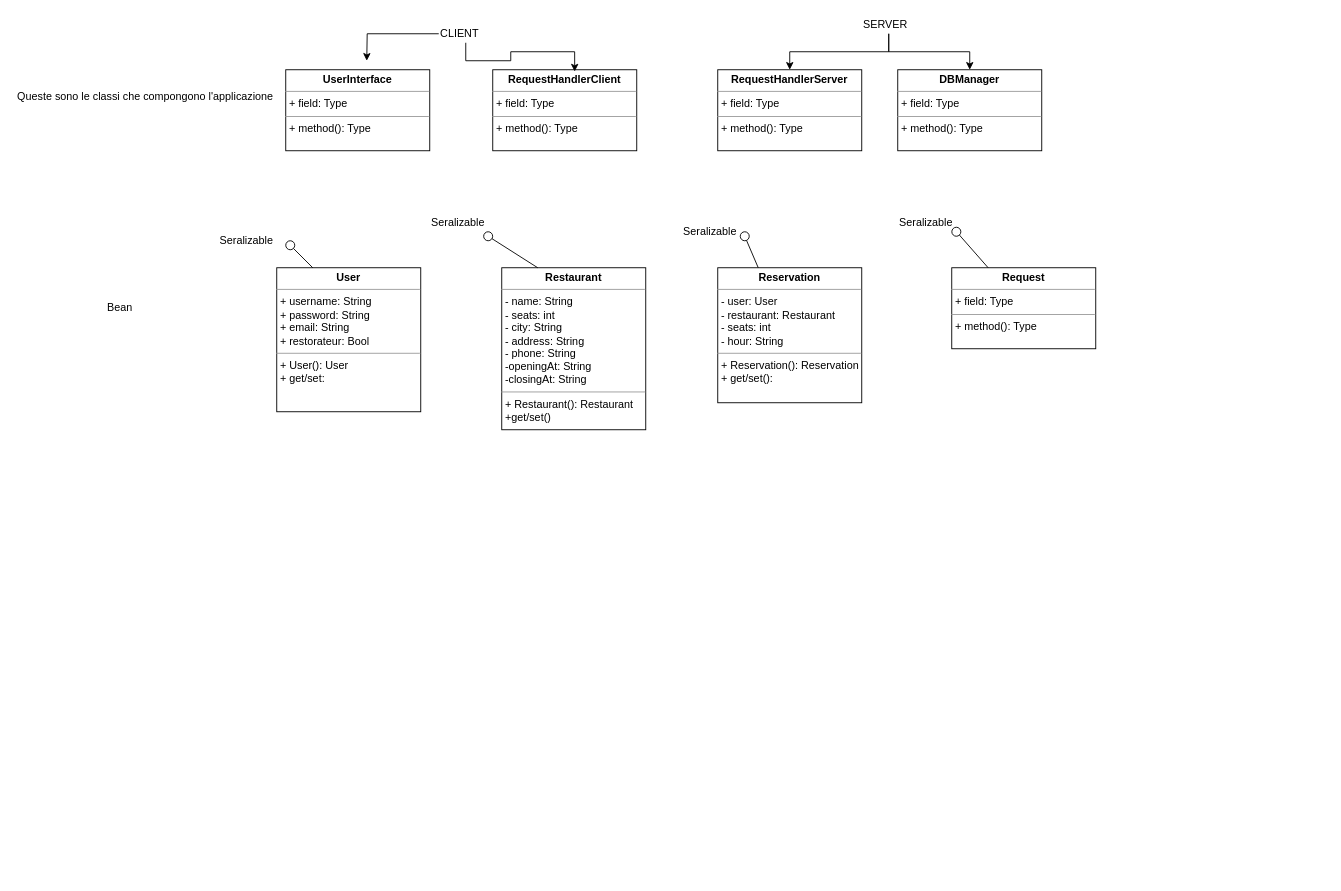
Earlier version of the draw.io diagram schemes/CLASS_DIAGRAM.drawio (SpeedJack/lsmsd0). Source tidied: cells renumbered, new cells numbered last; positions are measured from the earlier drawing's top-left corner, leaving out a move shared by most shapes. Both pictures are drawn from the tidied source at 90%, with x=0, y=0 at pixel (15, 15).
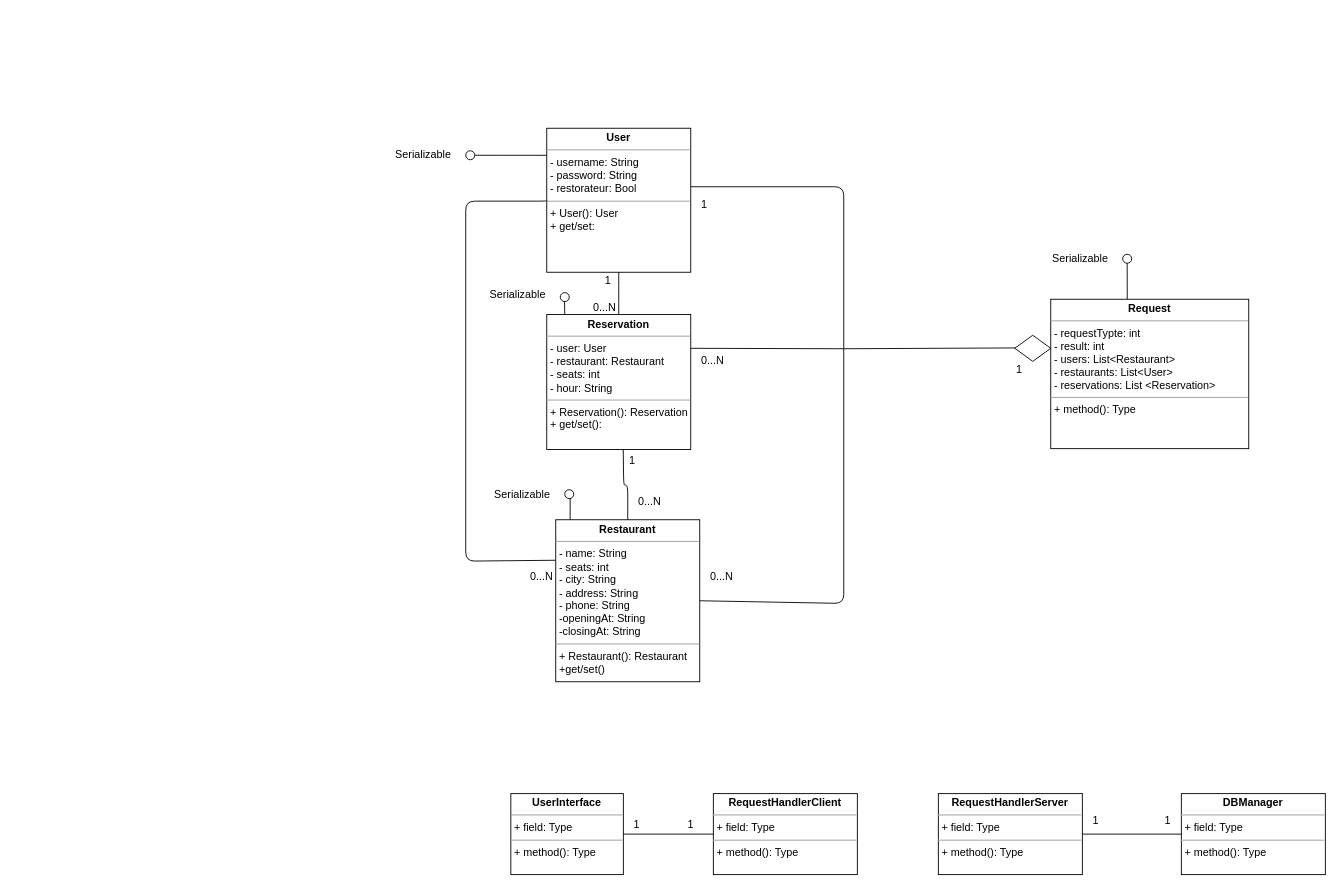
The same diagram, later.

Commit message (it also covers changes not shown here):
modificato CLASS_DIAGRAM, AGGIUNTO SYSTEM_ARCHITECTURE

The edit, as a diff of the source:
```diff
@@
     <mxCell id="2" value="&lt;p style=&quot;margin: 0px ; margin-top: 4px ; text-align: center&quot;&gt;&lt;b&gt;UserInterface&lt;/b&gt;&lt;/p&gt;&lt;hr size=&quot;1&quot;&gt;&lt;p style=&quot;margin: 0px ; margin-left: 4px&quot;&gt;+ field: Type&lt;/p&gt;&lt;hr size=&quot;1&quot;&gt;&lt;p style=&quot;margin: 0px ; margin-left: 4px&quot;&gt;+ method(): Type&lt;/p&gt;" style="verticalAlign=top;align=left;overflow=fill;fontSize=12;fontFamily=Helvetica;html=1;" parent="1" vertex="1">
-      <mxGeometry x="300" y="60" width="160" height="90" as="geometry" />
+      <mxGeometry x="550.1" y="864.3" width="125" height="90" as="geometry" />
     </mxCell>
     <mxCell id="3" value="&lt;p style=&quot;margin: 0px ; margin-top: 4px ; text-align: center&quot;&gt;&lt;b&gt;Reservation&lt;/b&gt;&lt;/p&gt;&lt;hr size=&quot;1&quot;&gt;&lt;p style=&quot;margin: 0px ; margin-left: 4px&quot;&gt;- user: User&lt;br&gt;&lt;/p&gt;&lt;p style=&quot;margin: 0px ; margin-left: 4px&quot;&gt;- restaurant: Restaurant&lt;/p&gt;&lt;p style=&quot;margin: 0px ; margin-left: 4px&quot;&gt;- seats: int&lt;br&gt;&lt;/p&gt;&lt;p style=&quot;margin: 0px ; margin-left: 4px&quot;&gt;- hour: String&lt;br&gt;&lt;/p&gt;&lt;hr size=&quot;1&quot;&gt;&lt;p style=&quot;margin: 0px ; margin-left: 4px&quot;&gt;+ Reservation(): Reservation&lt;/p&gt;&lt;p style=&quot;margin: 0px ; margin-left: 4px&quot;&gt;+ get/set():&lt;br&gt;&lt;/p&gt;" style="verticalAlign=top;align=left;overflow=fill;fontSize=12;fontFamily=Helvetica;html=1;" parent="1" vertex="1">
-      <mxGeometry x="780" y="280" width="160" height="150" as="geometry" />
+      <mxGeometry x="590" y="332" width="160" height="150" as="geometry" />
     </mxCell>
-    <mxCell id="4" value="&lt;p style=&quot;margin: 0px ; margin-top: 4px ; text-align: center&quot;&gt;&lt;b&gt;User&lt;/b&gt;&lt;/p&gt;&lt;hr size=&quot;1&quot;&gt;&lt;p style=&quot;margin: 0px ; margin-left: 4px&quot;&gt;+ username: String&lt;/p&gt;&lt;p style=&quot;margin: 0px ; margin-left: 4px&quot;&gt;+ password: String&lt;/p&gt;&lt;p style=&quot;margin: 0px ; margin-left: 4px&quot;&gt;+ email: String&lt;/p&gt;&lt;p style=&quot;margin: 0px ; margin-left: 4px&quot;&gt;+ restorateur: Bool&lt;br&gt;&lt;/p&gt;&lt;hr size=&quot;1&quot;&gt;&lt;p style=&quot;margin: 0px ; margin-left: 4px&quot;&gt;+ User(): User&lt;/p&gt;&lt;p style=&quot;margin: 0px ; margin-left: 4px&quot;&gt;+ get/set:&lt;/p&gt;" style="verticalAlign=top;align=left;overflow=fill;fontSize=12;fontFamily=Helvetica;html=1;" parent="1" vertex="1">
-      <mxGeometry x="290" y="280" width="160" height="160" as="geometry" />
+    <mxCell id="4" value="&lt;p style=&quot;margin: 0px ; margin-top: 4px ; text-align: center&quot;&gt;&lt;b&gt;User&lt;/b&gt;&lt;/p&gt;&lt;hr size=&quot;1&quot;&gt;&lt;p style=&quot;margin: 0px ; margin-left: 4px&quot;&gt;- username: String&lt;/p&gt;&lt;p style=&quot;margin: 0px ; margin-left: 4px&quot;&gt;- password: String&lt;/p&gt;&lt;p style=&quot;margin: 0px ; margin-left: 4px&quot;&gt;&lt;span&gt;- restorateur: Bool&lt;/span&gt;&lt;br&gt;&lt;/p&gt;&lt;hr size=&quot;1&quot;&gt;&lt;p style=&quot;margin: 0px ; margin-left: 4px&quot;&gt;+ User(): User&lt;/p&gt;&lt;p style=&quot;margin: 0px ; margin-left: 4px&quot;&gt;+ get/set:&lt;/p&gt;" style="verticalAlign=top;align=left;overflow=fill;fontSize=12;fontFamily=Helvetica;html=1;" parent="1" vertex="1">
+      <mxGeometry x="590" y="125" width="160" height="160" as="geometry" />
     </mxCell>
     <mxCell id="5" value="&lt;p style=&quot;margin: 0px ; margin-top: 4px ; text-align: center&quot;&gt;&lt;b&gt;RequestHandlerClient&lt;/b&gt;&lt;br&gt;&lt;/p&gt;&lt;hr size=&quot;1&quot;&gt;&lt;p style=&quot;margin: 0px ; margin-left: 4px&quot;&gt;+ field: Type&lt;/p&gt;&lt;hr size=&quot;1&quot;&gt;&lt;p style=&quot;margin: 0px ; margin-left: 4px&quot;&gt;+ method(): Type&lt;/p&gt;" style="verticalAlign=top;align=left;overflow=fill;fontSize=12;fontFamily=Helvetica;html=1;" parent="1" vertex="1">
-      <mxGeometry x="530" y="60" width="160" height="90" as="geometry" />
+      <mxGeometry x="775.1" y="864.3" width="160" height="90" as="geometry" />
     </mxCell>
     <mxCell id="6" value="&lt;p style=&quot;margin: 0px ; margin-top: 4px ; text-align: center&quot;&gt;&lt;b&gt;RequestHandlerServer&lt;/b&gt;&lt;br&gt;&lt;/p&gt;&lt;hr size=&quot;1&quot;&gt;&lt;p style=&quot;margin: 0px ; margin-left: 4px&quot;&gt;+ field: Type&lt;/p&gt;&lt;hr size=&quot;1&quot;&gt;&lt;p style=&quot;margin: 0px ; margin-left: 4px&quot;&gt;+ method(): Type&lt;/p&gt;" style="verticalAlign=top;align=left;overflow=fill;fontSize=12;fontFamily=Helvetica;html=1;" parent="1" vertex="1">
-      <mxGeometry x="780" y="60" width="160" height="90" as="geometry" />
+      <mxGeometry x="1025.1" y="864.3" width="160" height="90" as="geometry" />
     </mxCell>
     <mxCell id="7" value="&lt;p style=&quot;margin: 0px ; margin-top: 4px ; text-align: center&quot;&gt;&lt;b&gt;DBManager&lt;/b&gt;&lt;br&gt;&lt;/p&gt;&lt;hr size=&quot;1&quot;&gt;&lt;p style=&quot;margin: 0px ; margin-left: 4px&quot;&gt;+ field: Type&lt;/p&gt;&lt;hr size=&quot;1&quot;&gt;&lt;p style=&quot;margin: 0px ; margin-left: 4px&quot;&gt;+ method(): Type&lt;/p&gt;" style="verticalAlign=top;align=left;overflow=fill;fontSize=12;fontFamily=Helvetica;html=1;" parent="1" vertex="1">
-      <mxGeometry x="980" y="60" width="160" height="90" as="geometry" />
+      <mxGeometry x="1295.1" y="864.3" width="160" height="90" as="geometry" />
     </mxCell>
-    <mxCell id="8" value="&lt;p style=&quot;margin: 0px ; margin-top: 4px ; text-align: center&quot;&gt;&lt;b&gt;Request&lt;/b&gt;&lt;/p&gt;&lt;hr size=&quot;1&quot;&gt;&lt;p style=&quot;margin: 0px ; margin-left: 4px&quot;&gt;+ field: Type&lt;/p&gt;&lt;hr size=&quot;1&quot;&gt;&lt;p style=&quot;margin: 0px ; margin-left: 4px&quot;&gt;+ method(): Type&lt;/p&gt;" style="verticalAlign=top;align=left;overflow=fill;fontSize=12;fontFamily=Helvetica;html=1;" parent="1" vertex="1">
-      <mxGeometry x="1040" y="280" width="160" height="90" as="geometry" />
+    <mxCell id="8" value="&lt;p style=&quot;margin: 0px ; margin-top: 4px ; text-align: center&quot;&gt;&lt;b&gt;Request&lt;/b&gt;&lt;/p&gt;&lt;hr size=&quot;1&quot;&gt;&lt;p style=&quot;margin: 0px ; margin-left: 4px&quot;&gt;- requestTypte: int&lt;/p&gt;&lt;p style=&quot;margin: 0px ; margin-left: 4px&quot;&gt;- result: int&amp;nbsp;&lt;/p&gt;&lt;p style=&quot;margin: 0px ; margin-left: 4px&quot;&gt;- users: List&amp;lt;Restaurant&amp;gt;&lt;/p&gt;&lt;p style=&quot;margin: 0px ; margin-left: 4px&quot;&gt;- restaurants: List&amp;lt;User&amp;gt;&lt;/p&gt;&lt;p style=&quot;margin: 0px ; margin-left: 4px&quot;&gt;- reservations: List &amp;lt;Reservation&amp;gt;&lt;/p&gt;&lt;hr size=&quot;1&quot;&gt;&lt;p style=&quot;margin: 0px ; margin-left: 4px&quot;&gt;+ method(): Type&lt;/p&gt;" style="verticalAlign=top;align=left;overflow=fill;fontSize=12;fontFamily=Helvetica;html=1;" parent="1" vertex="1">
+      <mxGeometry x="1150" y="315" width="220" height="166" as="geometry" />
     </mxCell>
     <mxCell id="9" value="&lt;p style=&quot;margin: 0px ; margin-top: 4px ; text-align: center&quot;&gt;&lt;b&gt;Restaurant&lt;/b&gt;&lt;/p&gt;&lt;hr size=&quot;1&quot;&gt;&lt;p style=&quot;margin: 0px ; margin-left: 4px&quot;&gt;- name: String&lt;/p&gt;&lt;p style=&quot;margin: 0px ; margin-left: 4px&quot;&gt;- seats: int&lt;/p&gt;&lt;p style=&quot;margin: 0px ; margin-left: 4px&quot;&gt;- city: String&lt;/p&gt;&lt;p style=&quot;margin: 0px ; margin-left: 4px&quot;&gt;- address: String&lt;/p&gt;&lt;p style=&quot;margin: 0px ; margin-left: 4px&quot;&gt;- phone: String&lt;/p&gt;&lt;p style=&quot;margin: 0px ; margin-left: 4px&quot;&gt;-openingAt: String&lt;/p&gt;&lt;p style=&quot;margin: 0px ; margin-left: 4px&quot;&gt;-closingAt: String&lt;br&gt;&lt;/p&gt;&lt;hr size=&quot;1&quot;&gt;&lt;p style=&quot;margin: 0px ; margin-left: 4px&quot;&gt;+ Restaurant(): Restaurant&lt;/p&gt;&lt;p style=&quot;margin: 0px ; margin-left: 4px&quot;&gt;+get/set()&lt;br&gt;&lt;/p&gt;" style="verticalAlign=top;align=left;overflow=fill;fontSize=12;fontFamily=Helvetica;html=1;" parent="1" vertex="1">
-      <mxGeometry x="540" y="280" width="160" height="180" as="geometry" />
+      <mxGeometry x="600" y="560" width="160" height="180" as="geometry" />
     </mxCell>
-    <mxCell id="10" value="Queste sono le classi che compongono l'applicazione" style="text;html=1;align=left;verticalAlign=top;spacingTop=-4;" parent="1" vertex="1">
-      <mxGeometry y="80" width="290" height="20" as="geometry" />
-    </mxCell>
-    <mxCell id="11" style="edgeStyle=orthogonalEdgeStyle;rounded=0;jettySize=auto;html=1;entryX=0.569;entryY=0.022;entryDx=0;entryDy=0;entryPerimeter=0;" parent="1" edge="1" source="13" target="5">
-      <mxGeometry relative="1" as="geometry" />
-    </mxCell>
-    <mxCell id="12" style="edgeStyle=orthogonalEdgeStyle;rounded=0;jettySize=auto;html=1;" parent="1" edge="1" source="13">
-      <mxGeometry relative="1" as="geometry">
-        <mxPoint x="390" y="50" as="targetPoint" />
-      </mxGeometry>
-    </mxCell>
-    <mxCell id="13" value="CLIENT" style="text;html=1;points=[];align=left;verticalAlign=top;spacingTop=-4;" parent="1" vertex="1">
-      <mxGeometry x="470" y="10" width="60" height="20" as="geometry" />
-    </mxCell>
-    <mxCell id="14" style="edgeStyle=orthogonalEdgeStyle;rounded=0;jettySize=auto;html=1;" parent="1" edge="1" source="16" target="6">
-      <mxGeometry relative="1" as="geometry" />
-    </mxCell>
-    <mxCell id="15" style="edgeStyle=orthogonalEdgeStyle;rounded=0;jettySize=auto;html=1;" parent="1" edge="1" source="16" target="7">
-      <mxGeometry relative="1" as="geometry" />
-    </mxCell>
-    <mxCell id="16" value="SERVER" style="text;html=1;points=[];align=left;verticalAlign=top;spacingTop=-4;" parent="1" vertex="1">
-      <mxGeometry x="940" width="60" height="20" as="geometry" />
-    </mxCell>
-    <mxCell id="17" value="Bean" style="text;html=1;align=left;verticalAlign=top;spacingTop=-4;" parent="1" vertex="1">
-      <mxGeometry x="100" y="315" width="40" height="20" as="geometry" />
-    </mxCell>
-    <mxCell id="18" style="rounded=0;jettySize=auto;html=1;endArrow=none;endFill=0;entryX=0.841;entryY=1.12;entryDx=0;entryDy=0;entryPerimeter=0;" parent="1" edge="1" source="8" target="23">
-      <mxGeometry relative="1" as="geometry" />
-    </mxCell>
-    <mxCell id="19" style="ellipse;whiteSpace=wrap;html=1;fontFamily=Helvetica;fontSize=12;fontColor=#000000;align=center;strokeColor=#000000;fillColor=#ffffff;" parent="1" vertex="1">
-      <mxGeometry x="1040.1" y="235" width="10" height="10" as="geometry" />
-    </mxCell>
-    <mxCell id="20" value="Seralizable" style="text;html=1;align=left;verticalAlign=top;spacingTop=-4;" parent="1" vertex="1">
-      <mxGeometry x="740" y="230" width="80" height="20" as="geometry" />
-    </mxCell>
-    <mxCell id="21" style="ellipse;whiteSpace=wrap;html=1;fontFamily=Helvetica;fontSize=12;fontColor=#000000;align=center;strokeColor=#000000;fillColor=#ffffff;points=[];" parent="1" vertex="1">
-      <mxGeometry x="805" y="240" width="10" height="10" as="geometry" />
-    </mxCell>
-    <mxCell id="22" style="rounded=0;jettySize=auto;html=1;endArrow=none;endFill=0;exitX=0.25;exitY=0;exitDx=0;exitDy=0;" parent="1" edge="1" target="21">
-      <mxGeometry relative="1" as="geometry">
-        <mxPoint x="825" y="280" as="sourcePoint" />
-      </mxGeometry>
-    </mxCell>
-    <mxCell id="23" value="Seralizable" style="text;html=1;points=[];align=left;verticalAlign=top;spacingTop=-4;" parent="1" vertex="1">
-      <mxGeometry x="980.1" y="220" width="80" height="20" as="geometry" />
-    </mxCell>
-    <mxCell id="24" style="ellipse;whiteSpace=wrap;html=1;fontFamily=Helvetica;fontSize=12;fontColor=#000000;align=center;strokeColor=#000000;fillColor=#ffffff;points=[];" parent="1" vertex="1">
-      <mxGeometry x="300" y="250" width="10" height="10" as="geometry" />
-    </mxCell>
-    <mxCell id="25" style="rounded=0;jettySize=auto;html=1;endArrow=none;endFill=0;exitX=0.25;exitY=0;exitDx=0;exitDy=0;" parent="1" edge="1" source="4" target="24">
-      <mxGeometry relative="1" as="geometry" />
-    </mxCell>
-    <mxCell id="26" value="Seralizable" style="text;html=1;align=left;verticalAlign=top;spacingTop=-4;" parent="1" vertex="1">
-      <mxGeometry x="225" y="240" width="80" height="20" as="geometry" />
-    </mxCell>
-    <mxCell id="27" style="ellipse;whiteSpace=wrap;html=1;fontFamily=Helvetica;fontSize=12;fontColor=#000000;align=center;strokeColor=#000000;fillColor=#ffffff;points=[];" parent="1" vertex="1">
-      <mxGeometry x="519.9" y="240" width="10" height="10" as="geometry" />
-    </mxCell>
-    <mxCell id="28" style="rounded=0;jettySize=auto;html=1;endArrow=none;endFill=0;exitX=0.25;exitY=0;exitDx=0;exitDy=0;" parent="1" edge="1" source="9" target="27">
-      <mxGeometry relative="1" as="geometry" />
-    </mxCell>
-    <mxCell id="29" value="Seralizable" style="text;html=1;align=left;verticalAlign=top;spacingTop=-4;" parent="1" vertex="1">
-      <mxGeometry x="459.9" y="220" width="80" height="20" as="geometry" />
-    </mxCell>
+    <mxCell id="30" style="endArrow=none;html=1;exitX=1;exitY=0.5;exitDx=0;exitDy=0;entryX=0;entryY=0.5;entryDx=0;entryDy=0;" parent="1" edge="1" source="2" target="5">
+      <mxGeometry relative="1" as="geometry" />
+    </mxCell>
+    <mxCell id="31" value="1" style="text;html=1;align=left;verticalAlign=top;spacingTop=-4;" parent="1" vertex="1">
+      <mxGeometry x="685.1" y="889.3" width="20" height="20" as="geometry" />
+    </mxCell>
+    <mxCell id="32" value="1" style="text;html=1;align=left;verticalAlign=top;spacingTop=-4;" parent="1" vertex="1">
+      <mxGeometry x="745.1" y="889.3" width="20" height="20" as="geometry" />
+    </mxCell>
+    <mxCell id="33" style="endArrow=none;html=1;exitX=1;exitY=0.5;exitDx=0;exitDy=0;entryX=0;entryY=0.5;entryDx=0;entryDy=0;" parent="1" edge="1" source="6" target="7">
+      <mxGeometry relative="1" as="geometry" />
+    </mxCell>
+    <mxCell id="34" value="1" style="text;html=1;align=left;verticalAlign=top;spacingTop=-4;" parent="1" vertex="1">
+      <mxGeometry x="1195.1" y="884.3" width="20" height="20" as="geometry" />
+    </mxCell>
+    <mxCell id="35" value="1" style="text;html=1;align=left;verticalAlign=top;spacingTop=-4;" parent="1" vertex="1">
+      <mxGeometry x="1275.1" y="884.3" width="20" height="20" as="geometry" />
+    </mxCell>
+    <mxCell id="36" style="endArrow=none;html=1;exitX=0;exitY=0.5;exitDx=0;exitDy=0;entryX=0;entryY=0.25;entryDx=0;entryDy=0;edgeStyle=orthogonalEdgeStyle;" parent="1" edge="1" source="4" target="9">
+      <mxGeometry relative="1" as="geometry">
+        <Array as="points">
+          <mxPoint x="500" y="206" />
+          <mxPoint x="500" y="606" />
+        </Array>
+      </mxGeometry>
+    </mxCell>
+    <mxCell id="37" style="endArrow=none;html=1;entryX=0.5;entryY=1;entryDx=0;entryDy=0;exitX=0.5;exitY=0;exitDx=0;exitDy=0;" parent="1" edge="1" source="3" target="4">
+      <mxGeometry relative="1" as="geometry">
+        <Array as="points">
+          <mxPoint x="670" y="310" />
+        </Array>
+      </mxGeometry>
+    </mxCell>
+    <mxCell id="38" style="endArrow=none;html=1;" parent="1" edge="1">
+      <mxGeometry relative="1" as="geometry">
+        <mxPoint x="750" y="190" as="sourcePoint" />
+        <mxPoint x="920" y="370" as="targetPoint" />
+        <Array as="points">
+          <mxPoint x="920" y="190" />
+        </Array>
+      </mxGeometry>
+    </mxCell>
+    <mxCell id="39" style="endArrow=none;html=1;exitX=1;exitY=0.5;exitDx=0;exitDy=0;" parent="1" edge="1" source="9">
+      <mxGeometry relative="1" as="geometry">
+        <mxPoint x="920" y="370" as="targetPoint" />
+        <Array as="points">
+          <mxPoint x="920" y="653" />
+        </Array>
+      </mxGeometry>
+    </mxCell>
+    <mxCell id="40" style="endArrow=none;html=1;" parent="1" edge="1">
+      <mxGeometry relative="1" as="geometry">
+        <mxPoint x="920" y="370" as="sourcePoint" />
+        <mxPoint x="1130" y="369" as="targetPoint" />
+      </mxGeometry>
+    </mxCell>
+    <mxCell id="41" style="rhombus;whiteSpace=wrap;html=1;" parent="1" vertex="1">
+      <mxGeometry x="1110" y="355" width="40" height="29" as="geometry" />
+    </mxCell>
+    <mxCell id="42" style="endArrow=none;html=1;exitX=0.5;exitY=0;exitDx=0;exitDy=0;edgeStyle=orthogonalEdgeStyle;" parent="1" edge="1" source="9">
+      <mxGeometry relative="1" as="geometry">
+        <mxPoint x="675" y="482" as="targetPoint" />
+      </mxGeometry>
+    </mxCell>
+    <mxCell id="43" style="endArrow=none;html=1;exitX=1;exitY=0.25;exitDx=0;exitDy=0;" parent="1" edge="1" source="3">
+      <mxGeometry relative="1" as="geometry">
+        <mxPoint x="920" y="370" as="targetPoint" />
+      </mxGeometry>
+    </mxCell>
+    <mxCell id="44" value="0...N" style="text;html=1;align=left;verticalAlign=top;spacingTop=-4;" parent="1" vertex="1">
+      <mxGeometry x="570" y="614" width="40" height="20" as="geometry" />
+    </mxCell>
+    <mxCell id="45" value="1" style="text;html=1;align=left;verticalAlign=top;spacingTop=-4;" parent="1" vertex="1">
+      <mxGeometry x="680" y="484" width="20" height="20" as="geometry" />
+    </mxCell>
+    <mxCell id="46" value="0...N" style="text;html=1;align=left;verticalAlign=top;spacingTop=-4;" parent="1" vertex="1">
+      <mxGeometry x="690" y="530" width="40" height="20" as="geometry" />
+    </mxCell>
+    <mxCell id="47" value="1" style="text;html=1;align=left;verticalAlign=top;spacingTop=-4;" parent="1" vertex="1">
+      <mxGeometry x="653" y="285" width="20" height="20" as="geometry" />
+    </mxCell>
+    <mxCell id="48" value="0...N" style="text;html=1;align=left;verticalAlign=top;spacingTop=-4;" parent="1" vertex="1">
+      <mxGeometry x="640" y="315" width="40" height="20" as="geometry" />
+    </mxCell>
+    <mxCell id="49" value="1" style="text;html=1;align=left;verticalAlign=top;spacingTop=-4;" parent="1" vertex="1">
+      <mxGeometry x="760" y="200" width="20" height="20" as="geometry" />
+    </mxCell>
+    <mxCell id="50" value="0...N" style="text;html=1;align=left;verticalAlign=top;spacingTop=-4;" parent="1" vertex="1">
+      <mxGeometry x="760" y="374" width="40" height="20" as="geometry" />
+    </mxCell>
+    <mxCell id="51" value="0...N" style="text;html=1;align=left;verticalAlign=top;spacingTop=-4;" parent="1" vertex="1">
+      <mxGeometry x="770" y="614" width="40" height="20" as="geometry" />
+    </mxCell>
+    <mxCell id="52" value="1" style="text;html=1;align=left;verticalAlign=top;spacingTop=-4;" parent="1" vertex="1">
+      <mxGeometry x="1110" y="384" width="20" height="20" as="geometry" />
+    </mxCell>
+    <mxCell id="53" style="group;" parent="1" vertex="1">
+      <mxGeometry x="420" y="145" width="90" height="20" as="geometry" />
+    </mxCell>
+    <mxCell id="54" style="ellipse;whiteSpace=wrap;html=1;fontFamily=Helvetica;fontSize=12;fontColor=#000000;align=center;strokeColor=#000000;fillColor=#ffffff;points=[];rotation=-90;" parent="53" vertex="1">
+      <mxGeometry x="80" y="5" width="10" height="10" as="geometry" />
+    </mxCell>
+    <mxCell id="55" value="Serializable" style="text;html=1;align=left;verticalAlign=top;spacingTop=-4;" parent="53" vertex="1">
+      <mxGeometry width="80" height="20" as="geometry" />
+    </mxCell>
+    <mxCell id="56" style="rounded=0;jettySize=auto;html=1;endArrow=none;endFill=0;exitX=0;exitY=0.188;exitDx=0;exitDy=0;exitPerimeter=0;" parent="1" edge="1" source="4" target="54">
+      <mxGeometry relative="1" as="geometry" />
+    </mxCell>
+    <mxCell id="57" style="group;" parent="1" vertex="1">
+      <mxGeometry x="1149.9" y="260" width="90" height="20" as="geometry" />
+    </mxCell>
+    <mxCell id="58" style="ellipse;whiteSpace=wrap;html=1;fontFamily=Helvetica;fontSize=12;fontColor=#000000;align=center;strokeColor=#000000;fillColor=#ffffff;points=[];rotation=-90;" parent="57" vertex="1">
+      <mxGeometry x="80" y="5" width="10" height="10" as="geometry" />
+    </mxCell>
+    <mxCell id="59" value="Serializable" style="text;html=1;align=left;verticalAlign=top;spacingTop=-4;" parent="57" vertex="1">
+      <mxGeometry width="80" height="20" as="geometry" />
+    </mxCell>
+    <mxCell id="60" style="group;" parent="1" vertex="1">
+      <mxGeometry x="530" y="521.6" width="90" height="20" as="geometry" />
+    </mxCell>
+    <mxCell id="61" style="ellipse;whiteSpace=wrap;html=1;fontFamily=Helvetica;fontSize=12;fontColor=#000000;align=center;strokeColor=#000000;fillColor=#ffffff;points=[];rotation=-90;" parent="60" vertex="1">
+      <mxGeometry x="80" y="5" width="10" height="10" as="geometry" />
+    </mxCell>
+    <mxCell id="62" value="Serializable" style="text;html=1;align=left;verticalAlign=top;spacingTop=-4;" parent="60" vertex="1">
+      <mxGeometry width="80" height="20" as="geometry" />
+    </mxCell>
+    <mxCell id="63" style="group;" parent="1" vertex="1">
+      <mxGeometry x="525" y="300.1" width="90" height="20" as="geometry" />
+    </mxCell>
+    <mxCell id="64" style="ellipse;whiteSpace=wrap;html=1;fontFamily=Helvetica;fontSize=12;fontColor=#000000;align=center;strokeColor=#000000;fillColor=#ffffff;rotation=-90;" parent="63" vertex="1">
+      <mxGeometry x="80" y="7.5" width="10" height="10" as="geometry" />
+    </mxCell>
+    <mxCell id="65" value="Serializable" style="text;html=1;align=left;verticalAlign=top;spacingTop=-4;" parent="63" vertex="1">
+      <mxGeometry width="80" height="20" as="geometry" />
+    </mxCell>
+    <mxCell id="66" style="endArrow=none;html=1;" parent="1" edge="1" target="58">
+      <mxGeometry relative="1" as="geometry">
+        <mxPoint x="1235" y="314.8" as="sourcePoint" />
+      </mxGeometry>
+    </mxCell>
+    <mxCell id="67" style="endArrow=none;html=1;" parent="1" edge="1">
+      <mxGeometry relative="1" as="geometry">
+        <mxPoint x="610" y="332.5" as="sourcePoint" />
+        <mxPoint x="609.8" y="317.5" as="targetPoint" />
+      </mxGeometry>
+    </mxCell>
+    <mxCell id="68" style="endArrow=none;html=1;entryX=0.06;entryY=0.6;entryDx=0;entryDy=0;entryPerimeter=0;exitX=0.1;exitY=0;exitDx=0;exitDy=0;exitPerimeter=0;" parent="1" edge="1" source="9" target="61">
+      <mxGeometry relative="1" as="geometry" />
+    </mxCell>
```
